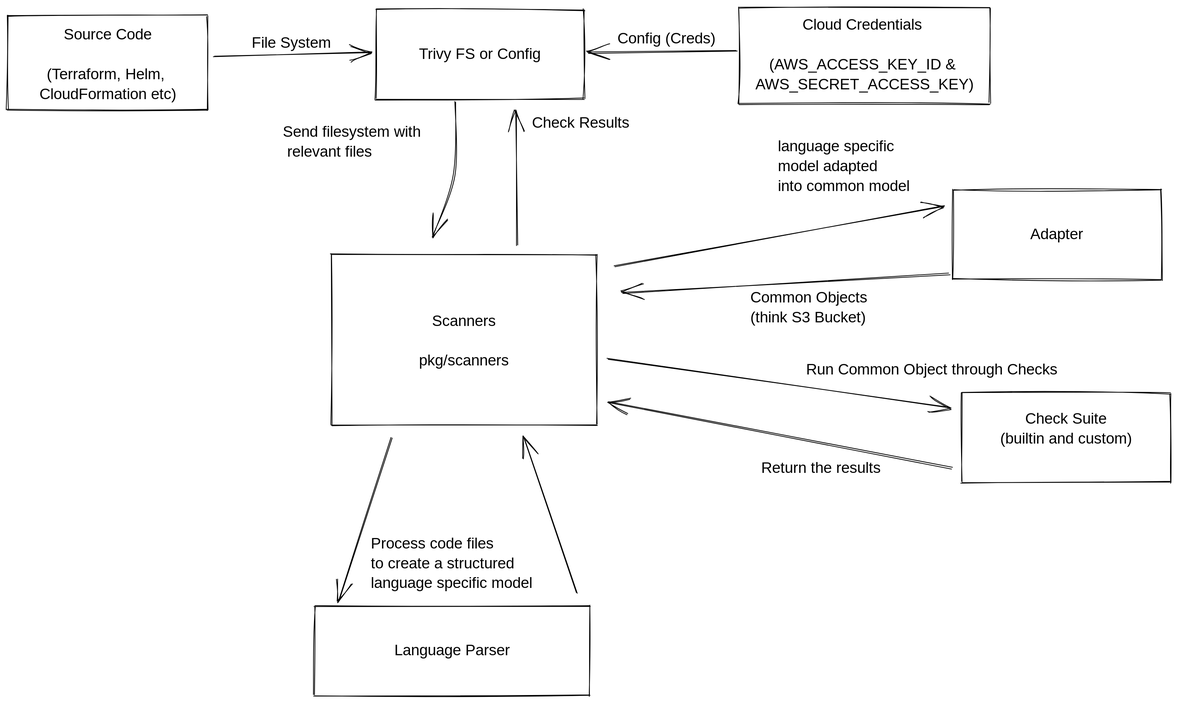
The Excalidraw diagram .github/images/scanner_process.svg in aquasecurity/defsec, before a commit. Source tidied: one line per element, renumbered; positions are measured from the earlier drawing's top-left corner, leaving out a move shared by most shapes. The source it was exported from:
```json
{"id": 0, "type": "rectangle", "strokeColor": "#000000", "strokeWidth": 1, "roughness": 1, "x": 0, "y": 10, "width": 262, "height": 124}
{"id": 1, "type": "text", "text": "Source Code\n\n(Terraform, Helm, \nCloudFormation etc)", "strokeColor": "#000000", "strokeWidth": 1, "roughness": 1, "fontSize": 20, "fontFamily": 1, "textAlign": "center", "verticalAlign": "middle", "inside": 0, "x": 33, "y": 24, "width": 196, "height": 104}
{"id": 2, "type": "rectangle", "strokeColor": "#000000", "strokeWidth": 1, "roughness": 1, "x": 423, "y": 323, "width": 348, "height": 223}
{"id": 3, "type": "text", "text": "Scanners\n\npkg/scanners", "strokeColor": "#000000", "strokeWidth": 1, "roughness": 1, "fontSize": 20, "fontFamily": 1, "textAlign": "center", "verticalAlign": "middle", "inside": 2, "x": 534, "y": 399, "width": 125, "height": 78}
{"id": 4, "type": "rectangle", "strokeColor": "#000000", "strokeWidth": 1, "roughness": 1, "x": 402, "y": 784, "width": 360, "height": 117}
{"id": 5, "type": "text", "text": "Language Parser", "strokeColor": "#000000", "strokeWidth": 1, "roughness": 1, "fontSize": 20, "fontFamily": 1, "textAlign": "center", "verticalAlign": "middle", "inside": 4, "x": 498, "y": 830, "width": 168, "height": 26}
{"id": 6, "type": "rectangle", "strokeColor": "#000000", "strokeWidth": 1, "roughness": 1, "x": 482, "y": 3, "width": 273, "height": 117}
{"id": 7, "type": "text", "text": "Trivy FS or Config", "strokeColor": "#000000", "strokeWidth": 1, "roughness": 1, "fontSize": 20, "fontFamily": 1, "textAlign": "center", "verticalAlign": "middle", "inside": 6, "x": 527, "y": 49, "width": 182, "height": 26}
{"id": 8, "type": "arrow", "strokeColor": "#000000", "strokeWidth": 1, "roughness": 1, "endArrowhead": "arrow", "from": 6, "to": 2, "x": 585, "y": 124, "width": 28, "height": 176, "points": [[0, 0], [-1, 96], [-28, 176]]}
{"id": 9, "type": "arrow", "strokeColor": "#000000", "strokeWidth": 1, "roughness": 1, "endArrowhead": "arrow", "from": 2, "to": 4, "x": 503, "y": 563, "width": 69, "height": 214, "points": [[0, 0], [-69, 214]]}
{"id": 10, "type": "arrow", "strokeColor": "#000000", "strokeWidth": 1, "roughness": 1, "endArrowhead": "arrow", "from": 4, "to": 2, "x": 745, "y": 767, "width": 69, "height": 205, "points": [[0, 0], [-69, -205]]}
{"id": 11, "type": "rectangle", "strokeColor": "#000000", "strokeWidth": 1, "roughness": 1, "x": 1236, "y": 239, "width": 273, "height": 117}
{"id": 12, "type": "text", "text": "Adapter", "strokeColor": "#000000", "strokeWidth": 1, "roughness": 1, "fontSize": 20, "fontFamily": 1, "textAlign": "center", "verticalAlign": "middle", "inside": 11, "x": 1332, "y": 285, "width": 81, "height": 26}
{"id": 13, "type": "arrow", "strokeColor": "#000000", "strokeWidth": 1, "roughness": 1, "endArrowhead": "arrow", "from": 2, "to": 11, "x": 794, "y": 340, "width": 432, "height": 80, "points": [[0, 0], [432, -80]]}
{"id": 14, "type": "text", "text": "Send filesystem with\n relevant files", "strokeColor": "#000000", "strokeWidth": 1, "roughness": 1, "fontSize": 20, "fontFamily": 1, "x": 360, "y": 151, "width": 199, "height": 52}
{"id": 15, "type": "text", "text": "Process code files\nto create a structured\nlanguage specific model", "strokeColor": "#000000", "strokeWidth": 1, "roughness": 1, "fontSize": 20, "fontFamily": 1, "x": 475, "y": 690, "width": 238, "height": 78}
{"id": 16, "type": "text", "text": "language specific\nmodel adapted\ninto common model", "strokeColor": "#000000", "strokeWidth": 1, "roughness": 1, "fontSize": 20, "fontFamily": 1, "x": 1008, "y": 170, "width": 176, "height": 78}
{"id": 17, "type": "arrow", "strokeColor": "#000000", "strokeWidth": 1, "roughness": 1, "endArrowhead": "arrow", "from": 11, "x": 1232, "y": 348, "width": 427, "height": 25, "points": [[0, 0], [-427, 25]]}
{"id": 18, "type": "text", "text": "Common Objects \n(think S3 Bucket)", "strokeColor": "#000000", "strokeWidth": 1, "roughness": 1, "fontSize": 20, "fontFamily": 1, "x": 972, "y": 368, "width": 175, "height": 52}
{"id": 19, "type": "rectangle", "strokeColor": "#000000", "strokeWidth": 1, "roughness": 1, "x": 1248, "y": 505, "width": 273, "height": 117}
{"id": 20, "type": "text", "text": "Check Suite\n(builtin and custom)", "strokeColor": "#000000", "strokeWidth": 1, "roughness": 1, "fontSize": 20, "fontFamily": 1, "textAlign": "center", "verticalAlign": "middle", "inside": 19, "x": 1288, "y": 527, "width": 195, "height": 52}
{"id": 21, "type": "arrow", "strokeColor": "#000000", "strokeWidth": 1, "roughness": 1, "endArrowhead": "arrow", "from": 2, "to": 19, "x": 786, "y": 461, "width": 447, "height": 63, "points": [[0, 0], [447, 63]]}
{"id": 22, "type": "text", "text": "Run Common Object through Checks", "strokeColor": "#000000", "strokeWidth": 1, "roughness": 1, "fontSize": 20, "fontFamily": 1, "x": 1045, "y": 462, "width": 346, "height": 26}
{"id": 23, "type": "arrow", "strokeColor": "#000000", "strokeWidth": 1, "roughness": 1, "endArrowhead": "arrow", "from": 19, "to": 2, "x": 1236, "y": 603, "width": 450, "height": 85, "points": [[0, 0], [-450, -85]]}
{"id": 24, "type": "text", "text": "Return the results", "strokeColor": "#000000", "strokeWidth": 1, "roughness": 1, "fontSize": 20, "fontFamily": 1, "x": 986, "y": 591, "width": 188, "height": 26}
{"id": 25, "type": "arrow", "strokeColor": "#000000", "strokeWidth": 1, "roughness": 1, "endArrowhead": "arrow", "from": 2, "to": 6, "x": 667, "y": 311, "width": 1, "height": 176, "points": [[0, 0], [-1, -176]]}
{"id": 26, "type": "text", "text": "Check Results", "strokeColor": "#000000", "strokeWidth": 1, "roughness": 1, "fontSize": 20, "fontFamily": 1, "x": 686, "y": 139, "width": 140, "height": 26}
{"id": 27, "type": "rectangle", "strokeColor": "#000000", "strokeWidth": 1, "roughness": 1, "x": 957, "y": 0, "width": 329, "height": 126}
{"id": 28, "type": "text", "text": "Cloud Credentials \n\n(AWS_ACCESS_KEY_ID & \nAWS_SECRET_ACCESS_KEY)", "strokeColor": "#000000", "strokeWidth": 1, "roughness": 1, "fontSize": 20, "fontFamily": 1, "textAlign": "center", "verticalAlign": "middle", "inside": 27, "x": 975, "y": 11, "width": 293, "height": 104}
{"id": 29, "type": "arrow", "strokeColor": "#000000", "strokeWidth": 1, "roughness": 1, "endArrowhead": "arrow", "from": 27, "to": 6, "x": 955, "y": 56, "width": 195, "height": 3, "points": [[0, 0], [-195, 3]]}
{"id": 30, "type": "arrow", "strokeColor": "#000000", "strokeWidth": 1, "roughness": 1, "endArrowhead": "arrow", "from": 0, "to": 6, "x": 270, "y": 64, "width": 205, "height": 5, "points": [[0, 0], [205, -5]]}
{"id": 31, "type": "text", "text": "File System", "strokeColor": "#000000", "strokeWidth": 1, "roughness": 1, "fontSize": 20, "fontFamily": 1, "x": 319, "y": 34, "width": 111, "height": 26}
{"id": 32, "type": "text", "text": "Config (Creds)", "strokeColor": "#000000", "strokeWidth": 1, "roughness": 1, "fontSize": 20, "fontFamily": 1, "x": 798, "y": 29, "width": 139, "height": 26}
```
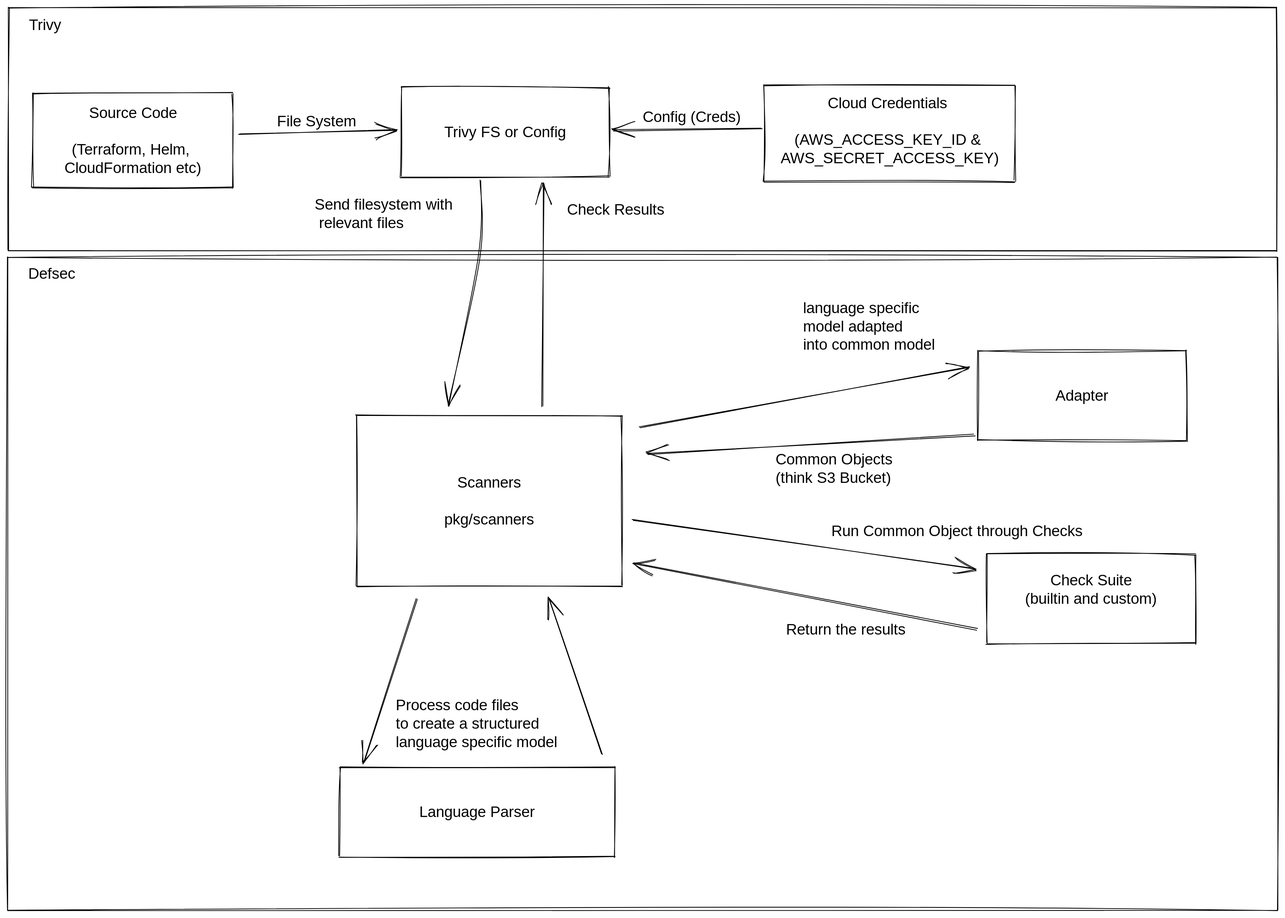
After the change.

Change to the diagram source:
```diff
@@ -1,33 +1,37 @@
 {"id": 0, "type": "rectangle", "strokeColor": "#000000", "strokeWidth": 1, "roughness": 1, "x": 0, "y": 10, "width": 262, "height": 124}
-{"id": 1, "type": "text", "text": "Source Code\n\n(Terraform, Helm, \nCloudFormation etc)", "strokeColor": "#000000", "strokeWidth": 1, "roughness": 1, "fontSize": 20, "fontFamily": 1, "textAlign": "center", "verticalAlign": "middle", "inside": 0, "x": 33, "y": 24, "width": 196, "height": 104}
+{"id": 1, "type": "text", "text": "Source Code\n\n(Terraform, Helm, \nCloudFormation etc)", "strokeColor": "#000000", "strokeWidth": 1, "roughness": 1, "fontSize": 20, "fontFamily": 1, "textAlign": "center", "verticalAlign": "middle", "inside": 0, "x": 26, "y": 24, "width": 211, "height": 96}
-{"id": 2, "type": "rectangle", "strokeColor": "#000000", "strokeWidth": 1, "roughness": 1, "x": 423, "y": 323, "width": 348, "height": 223}
+{"id": 2, "type": "rectangle", "strokeColor": "#000000", "strokeWidth": 1, "roughness": 1, "x": 423, "y": 432, "width": 348, "height": 223}
-{"id": 3, "type": "text", "text": "Scanners\n\npkg/scanners", "strokeColor": "#000000", "strokeWidth": 1, "roughness": 1, "fontSize": 20, "fontFamily": 1, "textAlign": "center", "verticalAlign": "middle", "inside": 2, "x": 534, "y": 399, "width": 125, "height": 78}
+{"id": 3, "type": "text", "text": "Scanners\n\npkg/scanners", "strokeColor": "#000000", "strokeWidth": 1, "roughness": 1, "fontSize": 20, "fontFamily": 1, "textAlign": "center", "verticalAlign": "middle", "inside": 2, "x": 528, "y": 508, "width": 137, "height": 72}
-{"id": 4, "type": "rectangle", "strokeColor": "#000000", "strokeWidth": 1, "roughness": 1, "x": 402, "y": 784, "width": 360, "height": 117}
+{"id": 4, "type": "rectangle", "strokeColor": "#000000", "strokeWidth": 1, "roughness": 1, "x": 402, "y": 893, "width": 360, "height": 117}
-{"id": 5, "type": "text", "text": "Language Parser", "strokeColor": "#000000", "strokeWidth": 1, "roughness": 1, "fontSize": 20, "fontFamily": 1, "textAlign": "center", "verticalAlign": "middle", "inside": 4, "x": 498, "y": 830, "width": 168, "height": 26}
+{"id": 5, "type": "text", "text": "Language Parser", "strokeColor": "#000000", "strokeWidth": 1, "roughness": 1, "fontSize": 20, "fontFamily": 1, "textAlign": "center", "verticalAlign": "middle", "inside": 4, "x": 494, "y": 939, "width": 174, "height": 24}
 {"id": 6, "type": "rectangle", "strokeColor": "#000000", "strokeWidth": 1, "roughness": 1, "x": 482, "y": 3, "width": 273, "height": 117}
-{"id": 7, "type": "text", "text": "Trivy FS or Config", "strokeColor": "#000000", "strokeWidth": 1, "roughness": 1, "fontSize": 20, "fontFamily": 1, "textAlign": "center", "verticalAlign": "middle", "inside": 6, "x": 527, "y": 49, "width": 182, "height": 26}
+{"id": 7, "type": "text", "text": "Trivy FS or Config", "strokeColor": "#000000", "strokeWidth": 1, "roughness": 1, "fontSize": 20, "fontFamily": 1, "textAlign": "center", "verticalAlign": "middle", "inside": 6, "x": 524, "y": 49, "width": 188, "height": 24}
-{"id": 8, "type": "arrow", "strokeColor": "#000000", "strokeWidth": 1, "roughness": 1, "endArrowhead": "arrow", "from": 6, "to": 2, "x": 585, "y": 124, "width": 28, "height": 176, "points": [[0, 0], [-1, 96], [-28, 176]]}
+{"id": 8, "type": "arrow", "strokeColor": "#000000", "strokeWidth": 1, "roughness": 1, "endArrowhead": "arrow", "from": 6, "to": 2, "x": 585, "y": 125, "width": 40, "height": 294, "points": [[0, 0], [-1, 99], [-40, 294]]}
-{"id": 9, "type": "arrow", "strokeColor": "#000000", "strokeWidth": 1, "roughness": 1, "endArrowhead": "arrow", "from": 2, "to": 4, "x": 503, "y": 563, "width": 69, "height": 214, "points": [[0, 0], [-69, 214]]}
+{"id": 9, "type": "arrow", "strokeColor": "#000000", "strokeWidth": 1, "roughness": 1, "endArrowhead": "arrow", "from": 2, "to": 4, "x": 503, "y": 672, "width": 69, "height": 214, "points": [[0, 0], [-69, 214]]}
-{"id": 10, "type": "arrow", "strokeColor": "#000000", "strokeWidth": 1, "roughness": 1, "endArrowhead": "arrow", "from": 4, "to": 2, "x": 745, "y": 767, "width": 69, "height": 205, "points": [[0, 0], [-69, -205]]}
+{"id": 10, "type": "arrow", "strokeColor": "#000000", "strokeWidth": 1, "roughness": 1, "endArrowhead": "arrow", "from": 4, "to": 2, "x": 745, "y": 876, "width": 69, "height": 205, "points": [[0, 0], [-69, -205]]}
-{"id": 11, "type": "rectangle", "strokeColor": "#000000", "strokeWidth": 1, "roughness": 1, "x": 1236, "y": 239, "width": 273, "height": 117}
+{"id": 11, "type": "rectangle", "strokeColor": "#000000", "strokeWidth": 1, "roughness": 1, "x": 1236, "y": 348, "width": 273, "height": 117}
-{"id": 12, "type": "text", "text": "Adapter", "strokeColor": "#000000", "strokeWidth": 1, "roughness": 1, "fontSize": 20, "fontFamily": 1, "textAlign": "center", "verticalAlign": "middle", "inside": 11, "x": 1332, "y": 285, "width": 81, "height": 26}
+{"id": 12, "type": "text", "text": "Adapter", "strokeColor": "#000000", "strokeWidth": 1, "roughness": 1, "fontSize": 20, "fontFamily": 1, "textAlign": "center", "verticalAlign": "middle", "inside": 11, "x": 1332, "y": 394, "width": 83, "height": 24}
-{"id": 13, "type": "arrow", "strokeColor": "#000000", "strokeWidth": 1, "roughness": 1, "endArrowhead": "arrow", "from": 2, "to": 11, "x": 794, "y": 340, "width": 432, "height": 80, "points": [[0, 0], [432, -80]]}
+{"id": 13, "type": "arrow", "strokeColor": "#000000", "strokeWidth": 1, "roughness": 1, "endArrowhead": "arrow", "from": 2, "to": 16, "x": 794, "y": 449, "width": 432, "height": 80, "points": [[0, 0], [432, -80]]}
-{"id": 14, "type": "text", "text": "Send filesystem with\n relevant files", "strokeColor": "#000000", "strokeWidth": 1, "roughness": 1, "fontSize": 20, "fontFamily": 1, "x": 360, "y": 151, "width": 199, "height": 52}
+{"id": 14, "type": "text", "text": "Send filesystem with\n relevant files", "strokeColor": "#000000", "strokeWidth": 1, "roughness": 1, "fontSize": 20, "fontFamily": 1, "x": 369, "y": 144, "width": 212, "height": 48}
-{"id": 15, "type": "text", "text": "Process code files\nto create a structured\nlanguage specific model", "strokeColor": "#000000", "strokeWidth": 1, "roughness": 1, "fontSize": 20, "fontFamily": 1, "x": 475, "y": 690, "width": 238, "height": 78}
+{"id": 15, "type": "text", "text": "Process code files\nto create a structured\nlanguage specific model", "strokeColor": "#000000", "strokeWidth": 1, "roughness": 1, "fontSize": 20, "fontFamily": 1, "x": 475, "y": 799, "width": 247, "height": 72}
-{"id": 16, "type": "text", "text": "language specific\nmodel adapted\ninto common model", "strokeColor": "#000000", "strokeWidth": 1, "roughness": 1, "fontSize": 20, "fontFamily": 1, "x": 1008, "y": 170, "width": 176, "height": 78}
+{"id": 16, "type": "text", "text": "language specific\nmodel adapted\ninto common model", "strokeColor": "#000000", "strokeWidth": 1, "roughness": 1, "fontSize": 20, "fontFamily": 1, "x": 1008, "y": 279, "width": 202, "height": 72}
-{"id": 17, "type": "arrow", "strokeColor": "#000000", "strokeWidth": 1, "roughness": 1, "endArrowhead": "arrow", "from": 11, "x": 1232, "y": 348, "width": 427, "height": 25, "points": [[0, 0], [-427, 25]]}
+{"id": 17, "type": "arrow", "strokeColor": "#000000", "strokeWidth": 1, "roughness": 1, "endArrowhead": "arrow", "from": 11, "x": 1232, "y": 457, "width": 427, "height": 25, "points": [[0, 0], [-427, 25]]}
-{"id": 18, "type": "text", "text": "Common Objects \n(think S3 Bucket)", "strokeColor": "#000000", "strokeWidth": 1, "roughness": 1, "fontSize": 20, "fontFamily": 1, "x": 972, "y": 368, "width": 175, "height": 52}
+{"id": 18, "type": "text", "text": "Common Objects \n(think S3 Bucket)", "strokeColor": "#000000", "strokeWidth": 1, "roughness": 1, "fontSize": 20, "fontFamily": 1, "x": 972, "y": 477, "width": 181, "height": 48}
-{"id": 19, "type": "rectangle", "strokeColor": "#000000", "strokeWidth": 1, "roughness": 1, "x": 1248, "y": 505, "width": 273, "height": 117}
+{"id": 19, "type": "rectangle", "strokeColor": "#000000", "strokeWidth": 1, "roughness": 1, "x": 1248, "y": 614, "width": 273, "height": 117}
-{"id": 20, "type": "text", "text": "Check Suite\n(builtin and custom)", "strokeColor": "#000000", "strokeWidth": 1, "roughness": 1, "fontSize": 20, "fontFamily": 1, "textAlign": "center", "verticalAlign": "middle", "inside": 19, "x": 1288, "y": 527, "width": 195, "height": 52}
+{"id": 20, "type": "text", "text": "Check Suite\n(builtin and custom)", "strokeColor": "#000000", "strokeWidth": 1, "roughness": 1, "fontSize": 20, "fontFamily": 1, "textAlign": "center", "verticalAlign": "middle", "inside": 19, "x": 1282, "y": 636, "width": 207, "height": 48}
-{"id": 21, "type": "arrow", "strokeColor": "#000000", "strokeWidth": 1, "roughness": 1, "endArrowhead": "arrow", "from": 2, "to": 19, "x": 786, "y": 461, "width": 447, "height": 63, "points": [[0, 0], [447, 63]]}
+{"id": 21, "type": "arrow", "strokeColor": "#000000", "strokeWidth": 1, "roughness": 1, "endArrowhead": "arrow", "from": 2, "to": 19, "x": 786, "y": 570, "width": 447, "height": 63, "points": [[0, 0], [447, 63]]}
-{"id": 22, "type": "text", "text": "Run Common Object through Checks", "strokeColor": "#000000", "strokeWidth": 1, "roughness": 1, "fontSize": 20, "fontFamily": 1, "x": 1045, "y": 462, "width": 346, "height": 26}
+{"id": 22, "type": "text", "text": "Run Common Object through Checks", "strokeColor": "#000000", "strokeWidth": 1, "roughness": 1, "fontSize": 20, "fontFamily": 1, "x": 1045, "y": 571, "width": 380, "height": 24}
-{"id": 23, "type": "arrow", "strokeColor": "#000000", "strokeWidth": 1, "roughness": 1, "endArrowhead": "arrow", "from": 19, "to": 2, "x": 1236, "y": 603, "width": 450, "height": 85, "points": [[0, 0], [-450, -85]]}
+{"id": 23, "type": "arrow", "strokeColor": "#000000", "strokeWidth": 1, "roughness": 1, "endArrowhead": "arrow", "from": 19, "to": 2, "x": 1236, "y": 712, "width": 450, "height": 85, "points": [[0, 0], [-450, -85]]}
-{"id": 24, "type": "text", "text": "Return the results", "strokeColor": "#000000", "strokeWidth": 1, "roughness": 1, "fontSize": 20, "fontFamily": 1, "x": 986, "y": 591, "width": 188, "height": 26}
+{"id": 24, "type": "text", "text": "Return the results", "strokeColor": "#000000", "strokeWidth": 1, "roughness": 1, "fontSize": 20, "fontFamily": 1, "x": 986, "y": 700, "width": 187, "height": 24}
-{"id": 25, "type": "arrow", "strokeColor": "#000000", "strokeWidth": 1, "roughness": 1, "endArrowhead": "arrow", "from": 2, "to": 6, "x": 667, "y": 311, "width": 1, "height": 176, "points": [[0, 0], [-1, -176]]}
+{"id": 25, "type": "arrow", "strokeColor": "#000000", "strokeWidth": 1, "roughness": 1, "endArrowhead": "arrow", "from": 2, "to": 6, "x": 667, "y": 420, "width": 2, "height": 291, "points": [[0, 0], [2, -291]]}
-{"id": 26, "type": "text", "text": "Check Results", "strokeColor": "#000000", "strokeWidth": 1, "roughness": 1, "fontSize": 20, "fontFamily": 1, "x": 686, "y": 139, "width": 140, "height": 26}
+{"id": 26, "type": "text", "text": "Check Results", "strokeColor": "#000000", "strokeWidth": 1, "roughness": 1, "fontSize": 20, "fontFamily": 1, "x": 699, "y": 150, "width": 146, "height": 24}
 {"id": 27, "type": "rectangle", "strokeColor": "#000000", "strokeWidth": 1, "roughness": 1, "x": 957, "y": 0, "width": 329, "height": 126}
-{"id": 28, "type": "text", "text": "Cloud Credentials \n\n(AWS_ACCESS_KEY_ID & \nAWS_SECRET_ACCESS_KEY)", "strokeColor": "#000000", "strokeWidth": 1, "roughness": 1, "fontSize": 20, "fontFamily": 1, "textAlign": "center", "verticalAlign": "middle", "inside": 27, "x": 975, "y": 11, "width": 293, "height": 104}
+{"id": 28, "type": "text", "text": "Cloud Credentials \n\n(AWS_ACCESS_KEY_ID & \nAWS_SECRET_ACCESS_KEY)", "strokeColor": "#000000", "strokeWidth": 1, "roughness": 1, "fontSize": 20, "fontFamily": 1, "textAlign": "center", "verticalAlign": "middle", "inside": 27, "x": 969, "y": 11, "width": 304, "height": 96}
 {"id": 29, "type": "arrow", "strokeColor": "#000000", "strokeWidth": 1, "roughness": 1, "endArrowhead": "arrow", "from": 27, "to": 6, "x": 955, "y": 56, "width": 195, "height": 3, "points": [[0, 0], [-195, 3]]}
 {"id": 30, "type": "arrow", "strokeColor": "#000000", "strokeWidth": 1, "roughness": 1, "endArrowhead": "arrow", "from": 0, "to": 6, "x": 270, "y": 64, "width": 205, "height": 5, "points": [[0, 0], [205, -5]]}
-{"id": 31, "type": "text", "text": "File System", "strokeColor": "#000000", "strokeWidth": 1, "roughness": 1, "fontSize": 20, "fontFamily": 1, "x": 319, "y": 34, "width": 111, "height": 26}
+{"id": 31, "type": "text", "text": "File System", "strokeColor": "#000000", "strokeWidth": 1, "roughness": 1, "fontSize": 20, "fontFamily": 1, "x": 319, "y": 34, "width": 121, "height": 24}
-{"id": 32, "type": "text", "text": "Config (Creds)", "strokeColor": "#000000", "strokeWidth": 1, "roughness": 1, "fontSize": 20, "fontFamily": 1, "x": 798, "y": 29, "width": 139, "height": 26}
+{"id": 32, "type": "text", "text": "Config (Creds)", "strokeColor": "#000000", "strokeWidth": 1, "roughness": 1, "fontSize": 20, "fontFamily": 1, "x": 798, "y": 29, "width": 150, "height": 24}
+{"id": 33, "type": "rectangle", "strokeColor": "#000000", "strokeWidth": 1, "roughness": 1, "x": -32, "y": -102, "width": 1660, "height": 318}
+{"id": 34, "type": "rectangle", "strokeColor": "#000000", "strokeWidth": 1, "roughness": 1, "x": -33, "y": 225, "width": 1662, "height": 855}
+{"id": 35, "type": "text", "text": "Defsec ", "strokeColor": "#000000", "strokeWidth": 1, "roughness": 1, "fontSize": 20, "fontFamily": 1, "x": -6, "y": 235, "width": 80, "height": 26}
+{"id": 36, "type": "text", "text": "Trivy", "strokeColor": "#000000", "strokeWidth": 1, "roughness": 1, "fontSize": 20, "fontFamily": 1, "x": -5, "y": -90, "width": 51, "height": 26}
```
